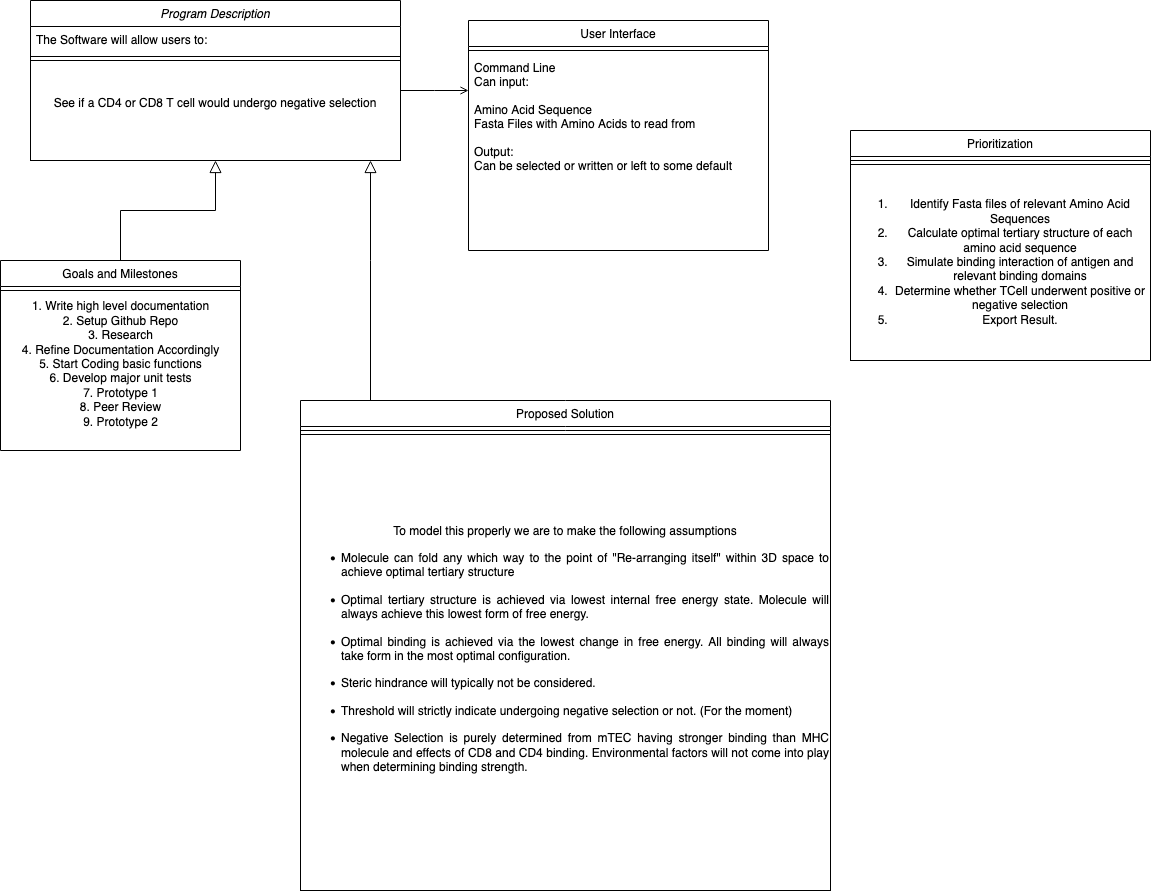
Before: Design_Documents/DDS.drawio.png, a diagram exported from draw.io (JanRose1/Neg_Select_Pred). Source tidied: cells renumbered, new cells last; positions are measured from the earlier drawing's top-left corner, leaving out a move shared by most shapes. Source of this version:
```xml
<mxGraphModel>
  <root>
    <mxCell id="0" />
    <mxCell id="1" parent="0" />
    <mxCell id="2" value="Program Description" style="swimlane;fontStyle=2;align=center;verticalAlign=top;horizontal=1;startSize=26;rounded=0;shadow=0;strokeWidth=1;" parent="1" vertex="1">
      <mxGeometry x="30" width="370" height="160" as="geometry" />
    </mxCell>
    <mxCell id="3" value="The Software will allow users to:" style="text;align=left;verticalAlign=top;spacingLeft=4;spacingRight=4;overflow=hidden;" parent="2" vertex="1">
      <mxGeometry y="26" width="370" height="26" as="geometry" />
    </mxCell>
    <mxCell id="4" style="line;html=1;strokeWidth=1;align=left;verticalAlign=middle;spacingTop=-1;spacingLeft=3;spacingRight=3;labelPosition=right;" parent="2" vertex="1">
      <mxGeometry y="52" width="370" height="8" as="geometry" />
    </mxCell>
    <mxCell id="5" value="&lt;div&gt;See if a CD4 or CD8 T cell would undergo negative selection&lt;/div&gt;&lt;div&gt;&lt;br&gt;&lt;/div&gt;" style="rounded=0;whiteSpace=wrap;html=1;" parent="2" vertex="1">
      <mxGeometry y="60" width="370" height="100" as="geometry" />
    </mxCell>
    <mxCell id="6" value="Goals and Milestones" style="swimlane;fontStyle=0;align=center;verticalAlign=top;horizontal=1;startSize=26;rounded=0;shadow=0;strokeWidth=1;" parent="1" vertex="1">
      <mxGeometry y="260" width="240" height="190" as="geometry" />
    </mxCell>
    <mxCell id="7" style="line;html=1;strokeWidth=1;align=left;verticalAlign=middle;spacingTop=-1;spacingLeft=3;spacingRight=3;labelPosition=right;" parent="6" vertex="1">
      <mxGeometry y="26" width="240" height="8" as="geometry" />
    </mxCell>
    <mxCell id="8" value="&lt;div&gt;1. Write high level documentation&lt;/div&gt;&lt;div&gt;2. Setup Github Repo&lt;/div&gt;&lt;div&gt;3. Research&lt;/div&gt;&lt;div&gt;4. Refine Documentation Accordingly&lt;/div&gt;&lt;div&gt;5. Start Coding basic functions&lt;br&gt;&lt;/div&gt;&lt;div&gt;6. Develop major unit tests&lt;br&gt;&lt;/div&gt;&lt;div&gt;7. Prototype 1&lt;br&gt;&lt;/div&gt;&lt;div&gt;8. Peer Review&lt;/div&gt;&lt;div&gt;9. Prototype 2&lt;br&gt;&lt;/div&gt;" style="text;html=1;align=center;verticalAlign=middle;strokeColor=none;fillColor=none;" parent="6" vertex="1">
      <mxGeometry y="34" width="240" height="140" as="geometry" />
    </mxCell>
    <mxCell id="9" style="endArrow=block;endSize=10;endFill=0;shadow=0;strokeWidth=1;rounded=0;edgeStyle=elbowEdgeStyle;elbow=vertical;" parent="1" edge="1" source="6" target="2">
      <mxGeometry relative="1" as="geometry" />
    </mxCell>
    <mxCell id="10" value="Proposed Solution" style="swimlane;fontStyle=0;align=center;verticalAlign=top;horizontal=1;startSize=26;rounded=0;shadow=0;strokeWidth=1;" parent="1" vertex="1">
      <mxGeometry x="300" y="400" width="530" height="490" as="geometry" />
    </mxCell>
    <mxCell id="11" style="line;html=1;strokeWidth=1;align=left;verticalAlign=middle;spacingTop=-1;spacingLeft=3;spacingRight=3;labelPosition=right;" parent="10" vertex="1">
      <mxGeometry y="26" width="530" height="8" as="geometry" />
    </mxCell>
    <mxCell id="12" value="&lt;div&gt;To model this properly we are to make the following assumptions&lt;/div&gt;&lt;div&gt;&lt;div align=&quot;justify&quot;&gt;&lt;ul&gt;&lt;li&gt;Molecule can fold any which way to the point of &quot;Re-arranging itself&quot; within 3D space to achieve optimal tertiary structure&lt;/li&gt;&lt;/ul&gt;&lt;/div&gt;&lt;div align=&quot;justify&quot;&gt;&lt;ul&gt;&lt;li&gt;Optimal tertiary structure is achieved via lowest internal free energy state. Molecule will always achieve this lowest form of free energy.&lt;/li&gt;&lt;/ul&gt;&lt;ul&gt;&lt;li&gt;Optimal binding is achieved via the lowest change in free energy. All binding will always take form in the most optimal configuration.&lt;/li&gt;&lt;/ul&gt;&lt;/div&gt;&lt;div align=&quot;justify&quot;&gt;&lt;ul&gt;&lt;li&gt;Steric hindrance will typically not be considered.&lt;/li&gt;&lt;/ul&gt;&lt;ul&gt;&lt;li&gt;Threshold will strictly indicate undergoing negative selection or not. (For the moment)&lt;/li&gt;&lt;/ul&gt;&lt;ul&gt;&lt;li&gt;Negative Selection is purely determined from mTEC having stronger binding than MHC molecule and effects of CD8 and CD4 binding. Environmental factors will not come into play when determining binding strength.&lt;/li&gt;&lt;/ul&gt;&lt;/div&gt;&lt;br&gt;&lt;/div&gt;" style="rounded=0;whiteSpace=wrap;html=1;" parent="10" vertex="1">
      <mxGeometry y="34" width="530" height="456" as="geometry" />
    </mxCell>
    <mxCell id="13" style="endArrow=block;endSize=10;endFill=0;shadow=0;strokeWidth=1;rounded=0;edgeStyle=elbowEdgeStyle;elbow=vertical;" parent="1" edge="1" source="10" target="2">
      <mxGeometry relative="1" as="geometry">
        <Array as="points">
          <mxPoint x="370" y="260" />
          <mxPoint x="400" y="270" />
          <mxPoint x="270" y="230" />
          <mxPoint x="290" y="280" />
        </Array>
      </mxGeometry>
    </mxCell>
    <mxCell id="14" value="User Interface" style="swimlane;fontStyle=0;align=center;verticalAlign=top;horizontal=1;startSize=26;rounded=0;shadow=0;strokeWidth=1;" parent="1" vertex="1">
      <mxGeometry x="468" y="20" width="300" height="230" as="geometry" />
    </mxCell>
    <mxCell id="15" style="line;html=1;strokeWidth=1;align=left;verticalAlign=middle;spacingTop=-1;spacingLeft=3;spacingRight=3;labelPosition=right;" parent="14" vertex="1">
      <mxGeometry y="26" width="300" height="8" as="geometry" />
    </mxCell>
    <mxCell id="16" value="Command Line&#10;Can input: &#10;&#10;Amino Acid Sequence&#10;Fasta Files with Amino Acids to read from&#10;&#10;Output:&#10;Can be selected or written or left to some default&#10;&#10; &#10;&#10;&#10;&#10;" style="text;align=left;verticalAlign=top;spacingLeft=4;spacingRight=4;overflow=hidden;" parent="14" vertex="1">
      <mxGeometry y="34" width="300" height="196" as="geometry" />
    </mxCell>
    <mxCell id="17" style="endArrow=open;shadow=0;strokeWidth=1;rounded=0;endFill=1;edgeStyle=elbowEdgeStyle;elbow=vertical;" parent="1" edge="1" source="2" target="14">
      <mxGeometry x="0.5" y="41" relative="1" as="geometry">
        <mxPoint x="-40" y="32" as="offset" />
      </mxGeometry>
    </mxCell>
    <mxCell id="18" value="Prioritization" style="swimlane;fontStyle=0;align=center;verticalAlign=top;horizontal=1;startSize=26;rounded=0;shadow=0;strokeWidth=1;" parent="1" vertex="1">
      <mxGeometry x="850" y="130" width="300" height="230" as="geometry" />
    </mxCell>
    <mxCell id="19" style="line;html=1;strokeWidth=1;align=left;verticalAlign=middle;spacingTop=-1;spacingLeft=3;spacingRight=3;labelPosition=right;" parent="18" vertex="1">
      <mxGeometry y="26" width="300" height="8" as="geometry" />
    </mxCell>
    <mxCell id="20" value="&lt;ol&gt;&lt;li&gt;Identify Fasta files of relevant Amino Acid Sequences&lt;br&gt;&lt;/li&gt;&lt;li&gt;Calculate optimal tertiary structure of each amino acid sequence&lt;/li&gt;&lt;li&gt;Simulate binding interaction of antigen and relevant binding domains&lt;/li&gt;&lt;li&gt;Determine whether TCell underwent positive or negative selection&lt;/li&gt;&lt;li&gt;Export Result.&lt;br&gt;&lt;/li&gt;&lt;/ol&gt;" style="whiteSpace=wrap;html=1;" parent="18" vertex="1">
      <mxGeometry y="34" width="300" height="196" as="geometry" />
    </mxCell>
  </root>
</mxGraphModel>
```
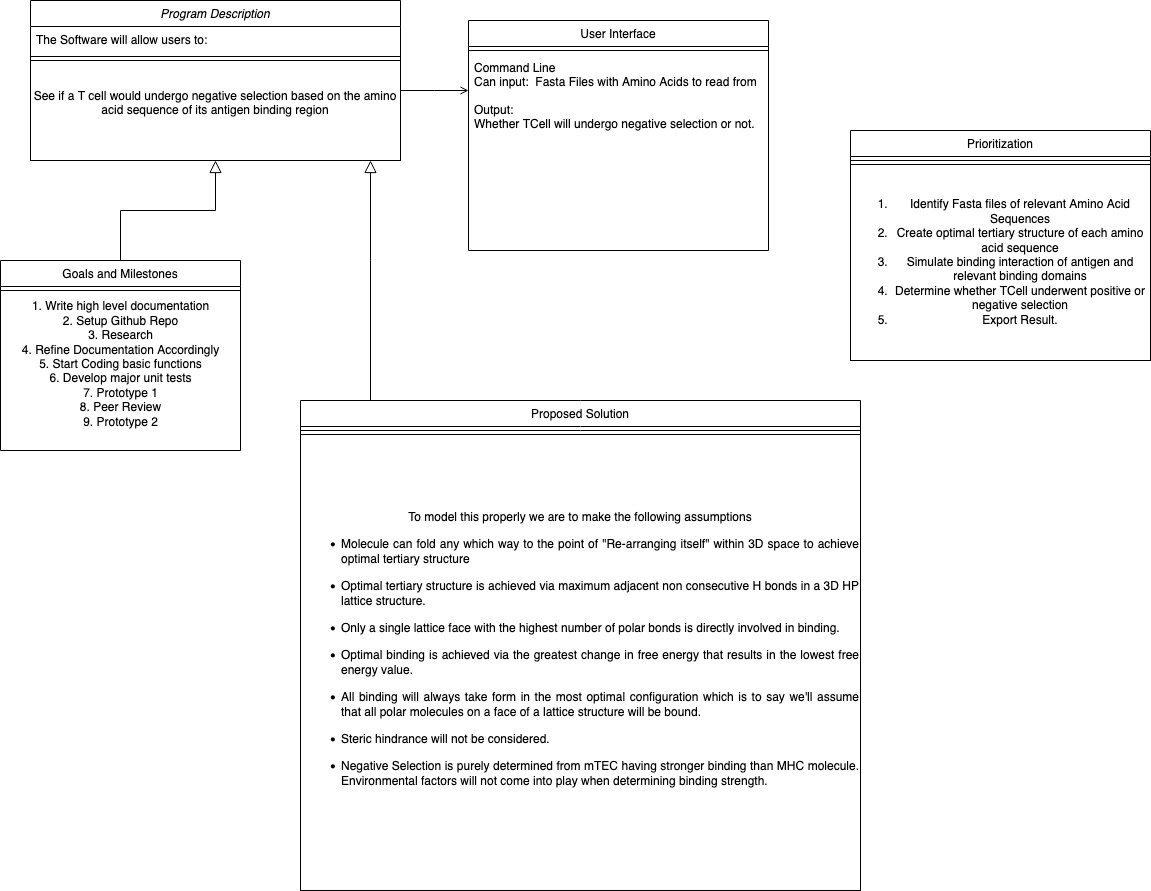
The same diagram one commit later.

Change to the diagram source:
```diff
@@ -11,7 +11,7 @@
     <mxCell id="4" style="line;html=1;strokeWidth=1;align=left;verticalAlign=middle;spacingTop=-1;spacingLeft=3;spacingRight=3;labelPosition=right;" parent="2" vertex="1">
       <mxGeometry y="52" width="370" height="8" as="geometry" />
     </mxCell>
-    <mxCell id="5" value="&lt;div&gt;See if a CD4 or CD8 T cell would undergo negative selection&lt;/div&gt;&lt;div&gt;&lt;br&gt;&lt;/div&gt;" style="rounded=0;whiteSpace=wrap;html=1;" parent="2" vertex="1">
+    <mxCell id="5" value="&lt;div&gt;See if a T cell would undergo negative selection based on the amino acid sequence of its antigen binding region&lt;br&gt;&lt;/div&gt;&lt;div&gt;&lt;br&gt;&lt;/div&gt;" style="rounded=0;whiteSpace=wrap;html=1;" parent="2" vertex="1">
       <mxGeometry y="60" width="370" height="100" as="geometry" />
     </mxCell>
     <mxCell id="6" value="Goals and Milestones" style="swimlane;fontStyle=0;align=center;verticalAlign=top;horizontal=1;startSize=26;rounded=0;shadow=0;strokeWidth=1;" parent="1" vertex="1">
@@ -27,13 +27,13 @@
       <mxGeometry relative="1" as="geometry" />
     </mxCell>
     <mxCell id="10" value="Proposed Solution" style="swimlane;fontStyle=0;align=center;verticalAlign=top;horizontal=1;startSize=26;rounded=0;shadow=0;strokeWidth=1;" parent="1" vertex="1">
-      <mxGeometry x="300" y="400" width="530" height="490" as="geometry" />
+      <mxGeometry x="300" y="400" width="560" height="490" as="geometry" />
     </mxCell>
     <mxCell id="11" style="line;html=1;strokeWidth=1;align=left;verticalAlign=middle;spacingTop=-1;spacingLeft=3;spacingRight=3;labelPosition=right;" parent="10" vertex="1">
-      <mxGeometry y="26" width="530" height="8" as="geometry" />
+      <mxGeometry y="26" width="560" height="8" as="geometry" />
     </mxCell>
-    <mxCell id="12" value="&lt;div&gt;To model this properly we are to make the following assumptions&lt;/div&gt;&lt;div&gt;&lt;div align=&quot;justify&quot;&gt;&lt;ul&gt;&lt;li&gt;Molecule can fold any which way to the point of &quot;Re-arranging itself&quot; within 3D space to achieve optimal tertiary structure&lt;/li&gt;&lt;/ul&gt;&lt;/div&gt;&lt;div align=&quot;justify&quot;&gt;&lt;ul&gt;&lt;li&gt;Optimal tertiary structure is achieved via lowest internal free energy state. Molecule will always achieve this lowest form of free energy.&lt;/li&gt;&lt;/ul&gt;&lt;ul&gt;&lt;li&gt;Optimal binding is achieved via the lowest change in free energy. All binding will always take form in the most optimal configuration.&lt;/li&gt;&lt;/ul&gt;&lt;/div&gt;&lt;div align=&quot;justify&quot;&gt;&lt;ul&gt;&lt;li&gt;Steric hindrance will typically not be considered.&lt;/li&gt;&lt;/ul&gt;&lt;ul&gt;&lt;li&gt;Threshold will strictly indicate undergoing negative selection or not. (For the moment)&lt;/li&gt;&lt;/ul&gt;&lt;ul&gt;&lt;li&gt;Negative Selection is purely determined from mTEC having stronger binding than MHC molecule and effects of CD8 and CD4 binding. Environmental factors will not come into play when determining binding strength.&lt;/li&gt;&lt;/ul&gt;&lt;/div&gt;&lt;br&gt;&lt;/div&gt;" style="rounded=0;whiteSpace=wrap;html=1;" parent="10" vertex="1">
-      <mxGeometry y="34" width="530" height="456" as="geometry" />
+    <mxCell id="12" value="&lt;div&gt;To model this properly we are to make the following assumptions&lt;/div&gt;&lt;div&gt;&lt;div align=&quot;justify&quot;&gt;&lt;ul&gt;&lt;li&gt;Molecule can fold any which way to the point of &quot;Re-arranging itself&quot; within 3D space to achieve optimal tertiary structure&lt;/li&gt;&lt;/ul&gt;&lt;/div&gt;&lt;div align=&quot;justify&quot;&gt;&lt;ul&gt;&lt;li&gt;Optimal tertiary structure is achieved via maximum adjacent non consecutive H bonds in a 3D HP lattice structure.&lt;/li&gt;&lt;/ul&gt;&lt;ul&gt;&lt;li&gt;Only a single lattice face with the highest number of polar bonds is directly involved in binding.&lt;br&gt;&lt;/li&gt;&lt;/ul&gt;&lt;ul&gt;&lt;li&gt;Optimal binding is achieved via the greatest change in free energy that results in the lowest free energy value.&lt;br&gt;&lt;/li&gt;&lt;/ul&gt;&lt;ul&gt;&lt;li&gt;All binding will always take form in the most optimal configuration which is to say we'll assume that all polar molecules on a face of a lattice structure will be bound.&lt;br&gt;&lt;/li&gt;&lt;/ul&gt;&lt;/div&gt;&lt;div align=&quot;justify&quot;&gt;&lt;ul&gt;&lt;li&gt;Steric hindrance will not be considered.&lt;/li&gt;&lt;/ul&gt;&lt;ul&gt;&lt;li&gt;Negative Selection is purely determined from mTEC having stronger binding than MHC molecule. Environmental factors will not come into play when determining binding strength.&lt;/li&gt;&lt;/ul&gt;&lt;/div&gt;&lt;br&gt;&lt;/div&gt;" style="rounded=0;whiteSpace=wrap;html=1;" parent="10" vertex="1">
+      <mxGeometry y="34" width="560" height="456" as="geometry" />
     </mxCell>
     <mxCell id="13" style="endArrow=block;endSize=10;endFill=0;shadow=0;strokeWidth=1;rounded=0;edgeStyle=elbowEdgeStyle;elbow=vertical;" parent="1" edge="1" source="10" target="2">
       <mxGeometry relative="1" as="geometry">
@@ -51,7 +51,7 @@
     <mxCell id="15" style="line;html=1;strokeWidth=1;align=left;verticalAlign=middle;spacingTop=-1;spacingLeft=3;spacingRight=3;labelPosition=right;" parent="14" vertex="1">
       <mxGeometry y="26" width="300" height="8" as="geometry" />
     </mxCell>
-    <mxCell id="16" value="Command Line&#10;Can input: &#10;&#10;Amino Acid Sequence&#10;Fasta Files with Amino Acids to read from&#10;&#10;Output:&#10;Can be selected or written or left to some default&#10;&#10; &#10;&#10;&#10;&#10;" style="text;align=left;verticalAlign=top;spacingLeft=4;spacingRight=4;overflow=hidden;" parent="14" vertex="1">
+    <mxCell id="16" value="Command Line&#10;Can input:  Fasta Files with Amino Acids to read from&#10;&#10;Output:&#10;Whether TCell will undergo negative selection or not.&#10;&#10; &#10;&#10;&#10;&#10;" style="text;align=left;verticalAlign=top;spacingLeft=4;spacingRight=4;overflow=hidden;" parent="14" vertex="1">
       <mxGeometry y="34" width="300" height="196" as="geometry" />
     </mxCell>
     <mxCell id="17" style="endArrow=open;shadow=0;strokeWidth=1;rounded=0;endFill=1;edgeStyle=elbowEdgeStyle;elbow=vertical;" parent="1" edge="1" source="2" target="14">
@@ -65,7 +65,7 @@
     <mxCell id="19" style="line;html=1;strokeWidth=1;align=left;verticalAlign=middle;spacingTop=-1;spacingLeft=3;spacingRight=3;labelPosition=right;" parent="18" vertex="1">
       <mxGeometry y="26" width="300" height="8" as="geometry" />
     </mxCell>
-    <mxCell id="20" value="&lt;ol&gt;&lt;li&gt;Identify Fasta files of relevant Amino Acid Sequences&lt;br&gt;&lt;/li&gt;&lt;li&gt;Calculate optimal tertiary structure of each amino acid sequence&lt;/li&gt;&lt;li&gt;Simulate binding interaction of antigen and relevant binding domains&lt;/li&gt;&lt;li&gt;Determine whether TCell underwent positive or negative selection&lt;/li&gt;&lt;li&gt;Export Result.&lt;br&gt;&lt;/li&gt;&lt;/ol&gt;" style="whiteSpace=wrap;html=1;" parent="18" vertex="1">
+    <mxCell id="20" value="&lt;ol&gt;&lt;li&gt;Identify Fasta files of relevant Amino Acid Sequences&lt;br&gt;&lt;/li&gt;&lt;li&gt;Create optimal tertiary structure of each amino acid sequence&lt;/li&gt;&lt;li&gt;Simulate binding interaction of antigen and relevant binding domains&lt;/li&gt;&lt;li&gt;Determine whether TCell underwent positive or negative selection&lt;/li&gt;&lt;li&gt;Export Result.&lt;br&gt;&lt;/li&gt;&lt;/ol&gt;" style="whiteSpace=wrap;html=1;" parent="18" vertex="1">
       <mxGeometry y="34" width="300" height="196" as="geometry" />
     </mxCell>
   </root>
```
